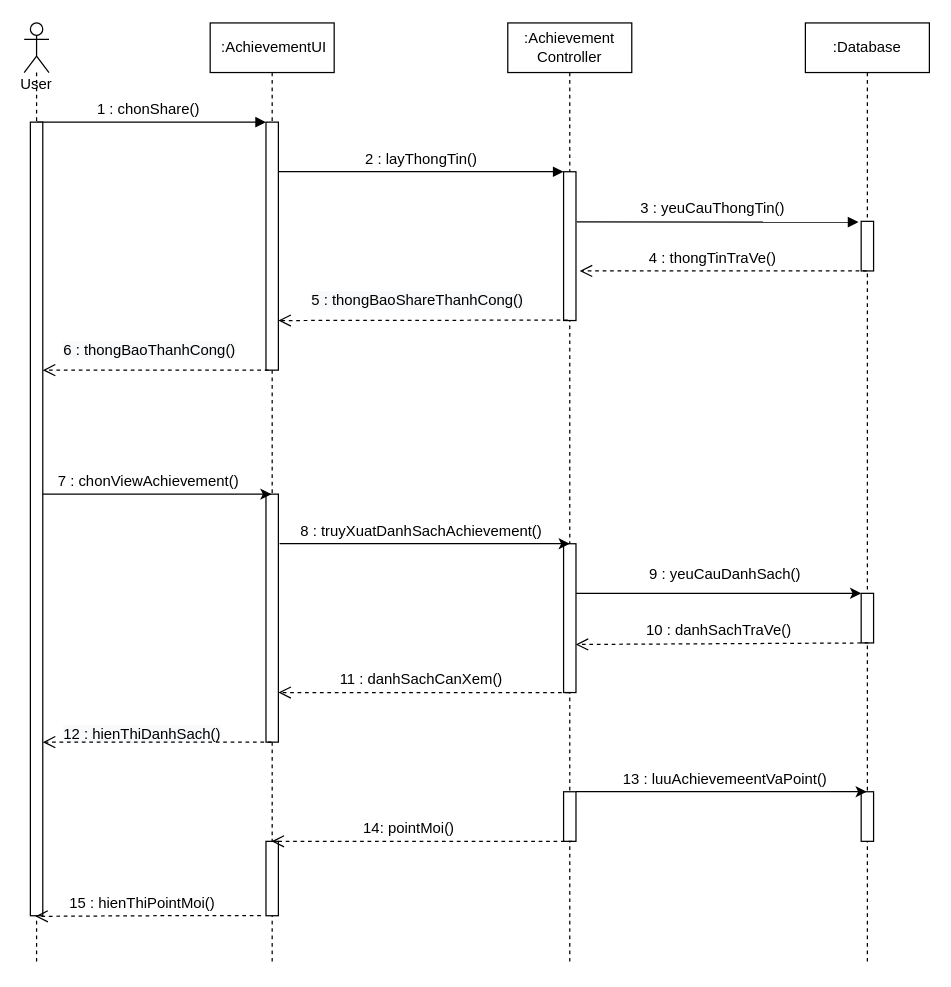
Merevoli-DatLuu/To-Do-App keeps this draw.io diagram as ToDoApp-Doc/Document/Diagram/Sequence Diagram/Achievement/Achievement_SequenceDiagram.drawio. Above is the earlier version. Source tidied: cells renumbered, new cells numbered last; positions are measured from the earlier drawing's top-left corner, leaving out a move shared by most shapes. Both pictures are drawn from the tidied source at 124%, with x=0, y=0 at pixel (24, 22).
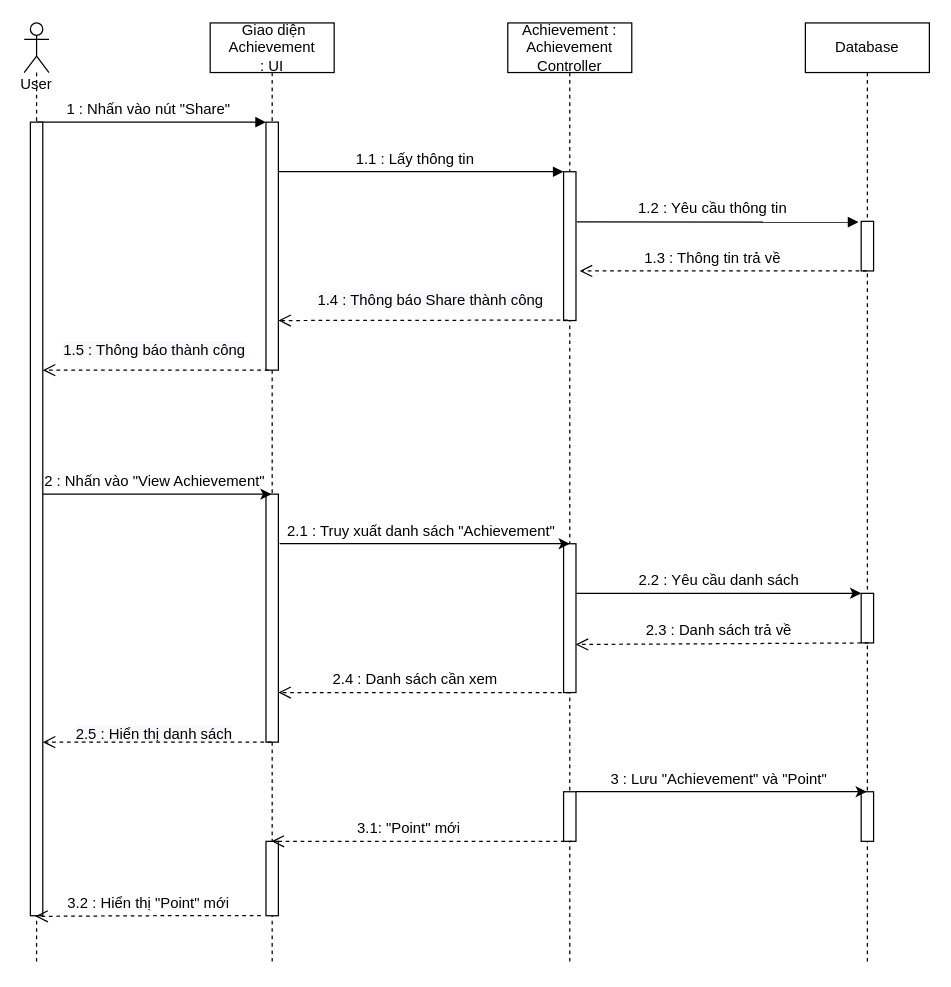
After the change.

Commit message:
[Modified] : Achievement_SequenceDiagram

Change to the diagram source:
```diff
@@
-    <mxCell id="2" value="&amp;nbsp;:AchievementUI" style="shape=umlLifeline;perimeter=lifelinePerimeter;whiteSpace=wrap;html=1;outlineConnect=0;" parent="1" vertex="1">
+    <mxCell id="2" value="&amp;nbsp;Giao diện Achievement&lt;br&gt;: UI" style="shape=umlLifeline;perimeter=lifelinePerimeter;whiteSpace=wrap;html=1;outlineConnect=0;" parent="1" vertex="1">
       <mxGeometry x="150" width="100" height="760" as="geometry" />
     </mxCell>
@@
-    <mxCell id="6" value=":Achievement Controller" style="shape=umlLifeline;perimeter=lifelinePerimeter;whiteSpace=wrap;html=1;outlineConnect=0;" parent="1" vertex="1">
+    <mxCell id="6" value="Achievement : Achievement Controller" style="shape=umlLifeline;perimeter=lifelinePerimeter;whiteSpace=wrap;html=1;outlineConnect=0;" parent="1" vertex="1">
       <mxGeometry x="390" width="100" height="760" as="geometry" />
     </mxCell>
@@
-    <mxCell id="10" value=":Database" style="shape=umlLifeline;perimeter=lifelinePerimeter;whiteSpace=wrap;html=1;outlineConnect=0;" parent="1" vertex="1">
+    <mxCell id="10" value="Database" style="shape=umlLifeline;perimeter=lifelinePerimeter;whiteSpace=wrap;html=1;outlineConnect=0;" parent="1" vertex="1">
       <mxGeometry x="630" width="100" height="760" as="geometry" />
     </mxCell>
@@
-    <mxCell id="16" value="1 : chonShare()" style="text;html=1;align=center;verticalAlign=middle;" parent="1" vertex="1">
-      <mxGeometry x="50" y="60" width="100" height="20" as="geometry" />
+    <mxCell id="16" value="1 : Nhấn vào nút &quot;Share&quot;" style="text;html=1;align=center;verticalAlign=middle;" parent="1" vertex="1">
+      <mxGeometry x="25" y="60" width="150" height="20" as="geometry" />
     </mxCell>
@@
-    <mxCell id="18" value="2 : layThongTin()" style="text;html=1;align=center;verticalAlign=middle;" parent="1" vertex="1">
-      <mxGeometry x="265" y="100" width="110" height="20" as="geometry" />
+    <mxCell id="18" value="1.1 : Lấy thông tin" style="text;html=1;align=center;verticalAlign=middle;" parent="1" vertex="1">
+      <mxGeometry x="260" y="100" width="110" height="20" as="geometry" />
     </mxCell>
@@
-    <mxCell id="20" value="3 : yeuCauThongTin()" style="text;html=1;align=center;verticalAlign=middle;" parent="1" vertex="1">
-      <mxGeometry x="490" y="140" width="130" height="20" as="geometry" />
+    <mxCell id="20" value="1.2 : Yêu cầu thông tin" style="text;html=1;align=center;verticalAlign=middle;" parent="1" vertex="1">
+      <mxGeometry x="485" y="140" width="140" height="20" as="geometry" />
     </mxCell>
-    <mxCell id="21" value="7 : chonViewAchievement()" style="text;html=1;align=center;verticalAlign=middle;" parent="1" vertex="1">
-      <mxGeometry x="20" y="360" width="160" height="20" as="geometry" />
+    <mxCell id="21" value="2 : Nhấn vào &quot;View Achievement&quot;" style="text;html=1;align=center;verticalAlign=middle;" parent="1" vertex="1">
+      <mxGeometry x="10" y="360" width="190" height="20" as="geometry" />
     </mxCell>
@@
-    <mxCell id="23" value="8 : truyXuatDanhSachAchievement()" style="text;html=1;align=center;verticalAlign=middle;" parent="1" vertex="1">
-      <mxGeometry x="215" y="400" width="210" height="20" as="geometry" />
+    <mxCell id="23" value="2.1 : Truy xuất danh sách &quot;Achievement&quot;" style="text;html=1;align=center;verticalAlign=middle;" parent="1" vertex="1">
+      <mxGeometry x="205" y="400" width="230" height="20" as="geometry" />
     </mxCell>
@@
-    <mxCell id="25" value="9 : yeuCauDanhSach()" style="text;html=1;align=center;verticalAlign=middle;" parent="1" vertex="1">
-      <mxGeometry x="495" y="435" width="140" height="20" as="geometry" />
+    <mxCell id="25" value="2.2 : Yêu cầu danh sách" style="text;html=1;align=center;verticalAlign=middle;" parent="1" vertex="1">
+      <mxGeometry x="485" y="440" width="150" height="20" as="geometry" />
     </mxCell>
@@
-    <mxCell id="31" value="4 : thongTinTraVe()" style="text;html=1;align=center;verticalAlign=middle;" parent="1" vertex="1">
-      <mxGeometry x="495" y="180" width="120" height="20" as="geometry" />
+    <mxCell id="31" value="1.3 : Thông tin trả về" style="text;html=1;align=center;verticalAlign=middle;" parent="1" vertex="1">
+      <mxGeometry x="490" y="180" width="130" height="20" as="geometry" />
     </mxCell>
-    <mxCell id="32" value="&lt;span style=&quot;color: rgb(0 , 0 , 0) ; font-family: &amp;#34;helvetica&amp;#34; ; font-size: 12px ; font-style: normal ; font-weight: 400 ; letter-spacing: normal ; text-align: center ; text-indent: 0px ; text-transform: none ; word-spacing: 0px ; background-color: rgb(248 , 249 , 250) ; display: inline ; float: none&quot;&gt;5 : thongBaoShareThanhCong()&lt;/span&gt;" style="text;whiteSpace=wrap;html=1;" parent="1" vertex="1">
-      <mxGeometry x="230" y="210" width="240" height="30" as="geometry" />
+    <mxCell id="32" value="&lt;span style=&quot;color: rgb(0 , 0 , 0) ; font-family: &amp;#34;helvetica&amp;#34; ; font-size: 12px ; font-style: normal ; font-weight: 400 ; letter-spacing: normal ; text-align: center ; text-indent: 0px ; text-transform: none ; word-spacing: 0px ; background-color: rgb(248 , 249 , 250) ; display: inline ; float: none&quot;&gt;1.4 : Thông báo Share thành công&lt;/span&gt;" style="text;whiteSpace=wrap;html=1;" parent="1" vertex="1">
+      <mxGeometry x="235" y="210" width="190" height="30" as="geometry" />
     </mxCell>
@@
-    <mxCell id="34" value="&lt;span style=&quot;color: rgb(0 , 0 , 0) ; font-family: &amp;#34;helvetica&amp;#34; ; font-size: 12px ; font-style: normal ; font-weight: 400 ; letter-spacing: normal ; text-align: center ; text-indent: 0px ; text-transform: none ; word-spacing: 0px ; background-color: rgb(248 , 249 , 250) ; display: inline ; float: none&quot;&gt;6 : thongBaoThanhCong()&lt;/span&gt;" style="text;whiteSpace=wrap;html=1;" parent="1" vertex="1">
+    <mxCell id="34" value="&lt;span style=&quot;color: rgb(0 , 0 , 0) ; font-family: &amp;#34;helvetica&amp;#34; ; font-size: 12px ; font-style: normal ; font-weight: 400 ; letter-spacing: normal ; text-align: center ; text-indent: 0px ; text-transform: none ; word-spacing: 0px ; background-color: rgb(248 , 249 , 250) ; display: inline ; float: none&quot;&gt;1.5 : Thông báo thành công&lt;/span&gt;" style="text;whiteSpace=wrap;html=1;" parent="1" vertex="1">
       <mxGeometry x="30" y="250" width="150" height="30" as="geometry" />
     </mxCell>
@@
-    <mxCell id="36" value="10 : danhSachTraVe()" style="text;html=1;align=center;verticalAlign=middle;" parent="1" vertex="1">
+    <mxCell id="36" value="2.3 : Danh sách trả về" style="text;html=1;align=center;verticalAlign=middle;" parent="1" vertex="1">
       <mxGeometry x="495" y="480" width="130" height="20" as="geometry" />
     </mxCell>
-    <mxCell id="37" value="&lt;span style=&quot;font-family: &amp;#34;helvetica&amp;#34;&quot;&gt;11 : danhSachCanXem()&lt;/span&gt;" style="text;html=1;align=center;verticalAlign=middle;" parent="1" vertex="1">
-      <mxGeometry x="245" y="520" width="150" height="20" as="geometry" />
+    <mxCell id="37" value="&lt;span style=&quot;font-family: &amp;#34;helvetica&amp;#34;&quot;&gt;2.4 : Danh sách cần xem&lt;/span&gt;" style="text;html=1;align=center;verticalAlign=middle;" parent="1" vertex="1">
+      <mxGeometry x="240" y="520" width="150" height="20" as="geometry" />
     </mxCell>
-    <mxCell id="38" value="&lt;span style=&quot;color: rgb(0 , 0 , 0) ; font-family: &amp;#34;helvetica&amp;#34; ; font-size: 12px ; font-style: normal ; font-weight: 400 ; letter-spacing: normal ; text-align: center ; text-indent: 0px ; text-transform: none ; word-spacing: 0px ; background-color: rgb(248 , 249 , 250) ; display: inline ; float: none&quot;&gt;12 : hienThiDanhSach()&lt;/span&gt;" style="text;whiteSpace=wrap;html=1;" parent="1" vertex="1">
-      <mxGeometry x="30" y="560" width="180" height="30" as="geometry" />
+    <mxCell id="38" value="&lt;span style=&quot;color: rgb(0 , 0 , 0) ; font-family: &amp;#34;helvetica&amp;#34; ; font-size: 12px ; font-style: normal ; font-weight: 400 ; letter-spacing: normal ; text-align: center ; text-indent: 0px ; text-transform: none ; word-spacing: 0px ; background-color: rgb(248 , 249 , 250) ; display: inline ; float: none&quot;&gt;2.5 : Hiển thị danh sách&lt;/span&gt;" style="text;whiteSpace=wrap;html=1;" parent="1" vertex="1">
+      <mxGeometry x="40" y="560" width="180" height="30" as="geometry" />
     </mxCell>
@@
-    <mxCell id="41" value="13 : luuAchievemeentVaPoint()" style="text;html=1;align=center;verticalAlign=middle;" parent="1" vertex="1">
-      <mxGeometry x="475" y="600" width="180" height="20" as="geometry" />
+    <mxCell id="41" value="3 : Lưu &quot;Achievement&quot; và &quot;Point&quot;" style="text;html=1;align=center;verticalAlign=middle;" parent="1" vertex="1">
+      <mxGeometry x="465" y="600" width="190" height="20" as="geometry" />
     </mxCell>
-    <mxCell id="42" value="14: pointMoi()" style="text;html=1;align=center;verticalAlign=middle;" parent="1" vertex="1">
-      <mxGeometry x="265" y="640" width="90" height="20" as="geometry" />
+    <mxCell id="42" value="3.1: &quot;Point&quot; mới" style="text;html=1;align=center;verticalAlign=middle;" parent="1" vertex="1">
+      <mxGeometry x="260" y="640" width="100" height="20" as="geometry" />
     </mxCell>
-    <mxCell id="43" value="15 : hienThiPointMoi()" style="text;html=1;align=center;verticalAlign=middle;" parent="1" vertex="1">
-      <mxGeometry x="30" y="700" width="130" height="20" as="geometry" />
+    <mxCell id="43" value="3.2 : Hiển thị &quot;Point&quot; mới" style="text;html=1;align=center;verticalAlign=middle;" parent="1" vertex="1">
+      <mxGeometry x="25" y="700" width="150" height="20" as="geometry" />
     </mxCell>
```
